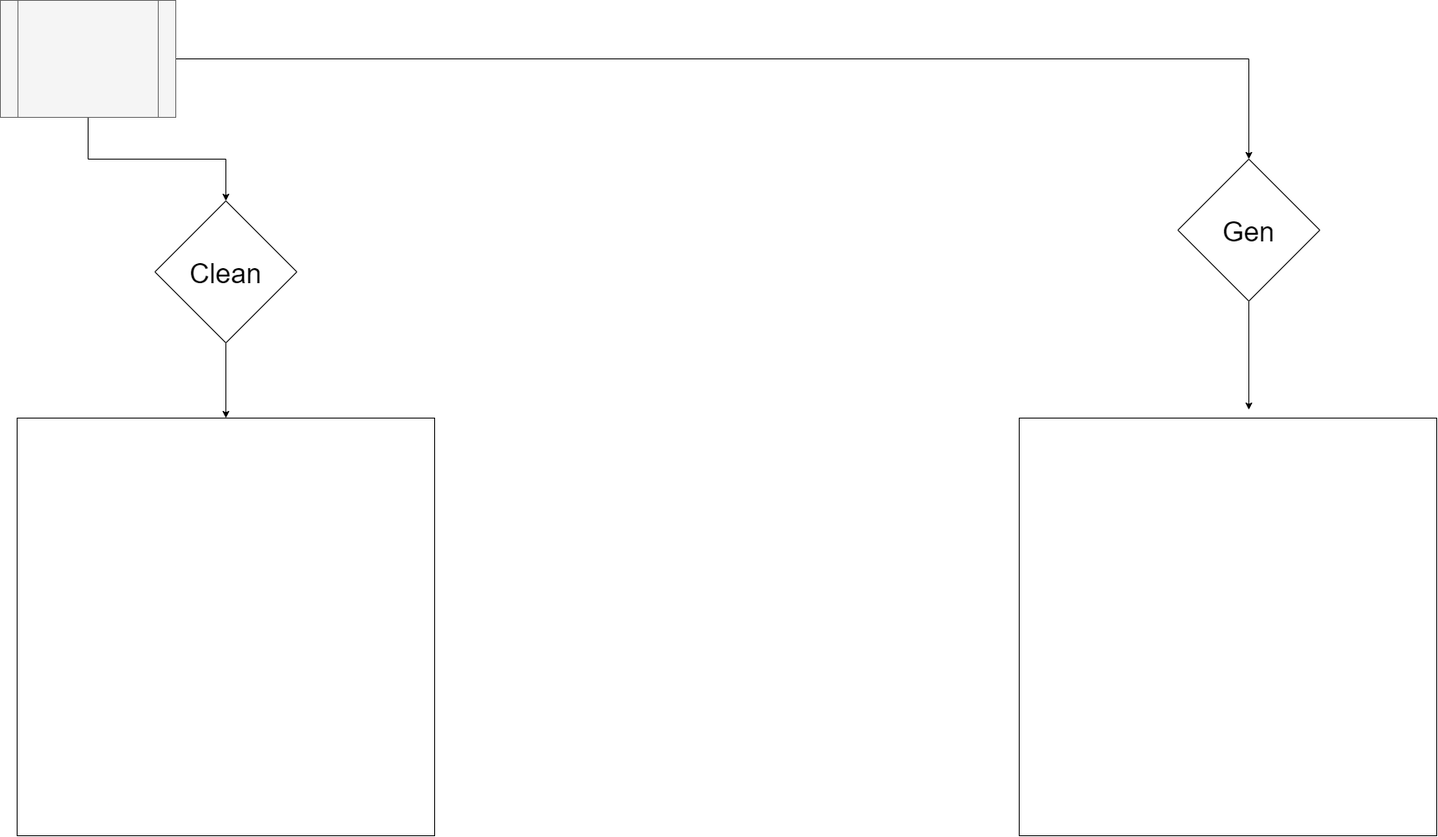
Above: Roads.png in NonUKry/KoruRoads (draw.io), before the change. Source tidied: cells renumbered, new cells last; positions are measured from the earlier drawing's top-left corner, leaving out a move shared by most shapes.
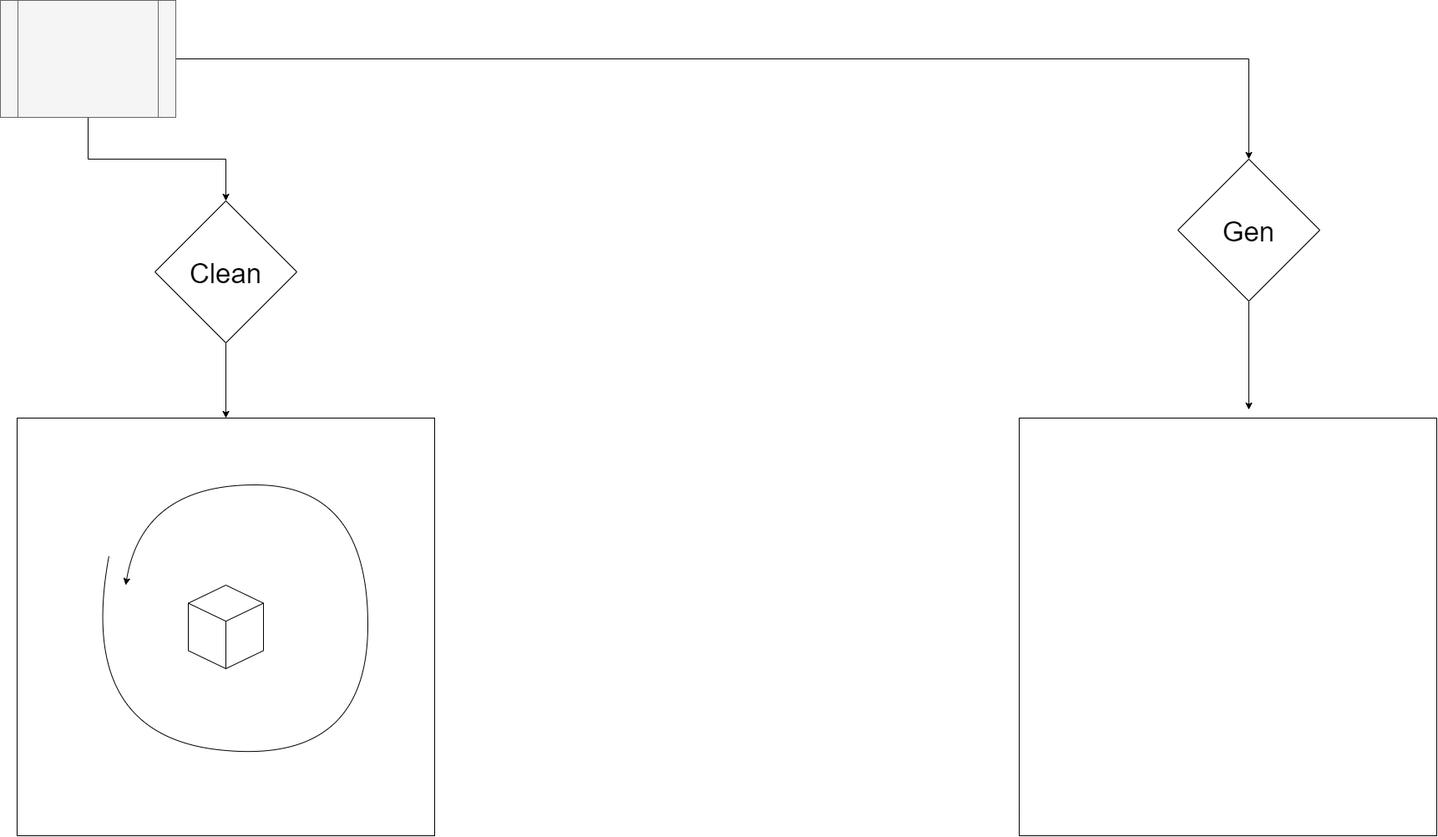
Above is the later version.

Diff of the diagram source:
```diff
@@ -37,5 +37,20 @@
     <mxCell id="12" style="whiteSpace=wrap;html=1;fontSize=33;" parent="1" vertex="1">
       <mxGeometry x="1220" y="500" width="500" height="500" as="geometry" />
     </mxCell>
+    <mxCell id="13" style="html=1;whiteSpace=wrap;shape=isoCube2;backgroundOutline=1;isoAngle=15;fontSize=33;" parent="1" vertex="1">
+      <mxGeometry x="225" y="700" width="90" height="100" as="geometry" />
+    </mxCell>
+    <mxCell id="14" style="curved=1;endArrow=classic;html=1;fontSize=33;" parent="1" edge="1">
+      <mxGeometry relative="1" as="geometry">
+        <mxPoint x="130" y="665" as="sourcePoint" />
+        <mxPoint x="150" y="700" as="targetPoint" />
+        <Array as="points">
+          <mxPoint x="90" y="880" />
+          <mxPoint x="440" y="915" />
+          <mxPoint x="440" y="580" />
+          <mxPoint x="170" y="580" />
+        </Array>
+      </mxGeometry>
+    </mxCell>
   </root>
 </mxGraphModel>
```
